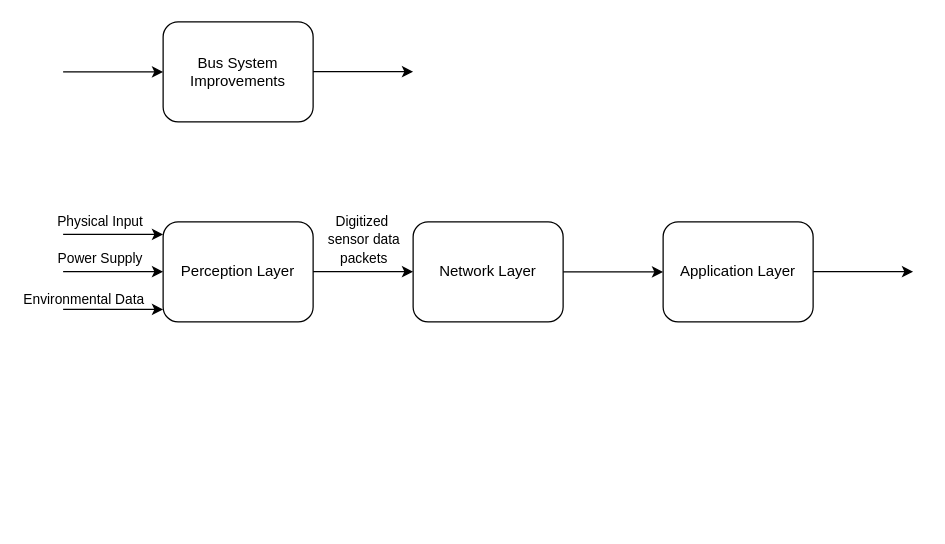
Above: PBL6-BusSystemImprovementDecomposition.drawio in lukas0173/Draw.io (draw.io), before the change. Source tidied: cells renumbered, new cells numbered last; positions are measured from the earlier drawing's top-left corner, leaving out a move shared by most shapes. Both pictures are drawn from the tidied source at 125%, with x=0, y=0 at pixel (21, 21).
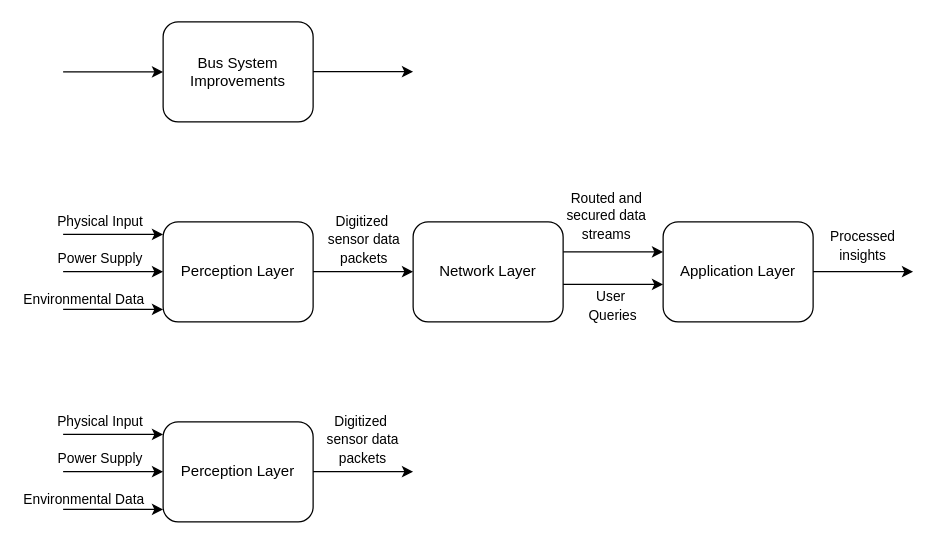
The same page after the edit.

The change refers to these unchanged cells:
```xml
<mxCell id="9" value="Network Layer" style="rounded=1;whiteSpace=wrap;html=1;" parent="1" vertex="1">
  <mxGeometry x="313" y="160" width="120" height="80" as="geometry" />
</mxCell>
<mxCell id="10" value="Application Layer" style="rounded=1;whiteSpace=wrap;html=1;" parent="1" vertex="1">
  <mxGeometry x="513" y="160" width="120" height="80" as="geometry" />
</mxCell>
```

Diff of the diagram source:
```diff
@@
-    <mxCell id="8" style="edgeStyle=orthogonalEdgeStyle;rounded=0;jettySize=auto;html=1;" parent="1" edge="1" source="9" target="10">
-      <mxGeometry relative="1" as="geometry" />
+    <mxCell id="8" style="edgeStyle=orthogonalEdgeStyle;rounded=0;orthogonalLoop=1;jettySize=auto;html=1;" parent="1" edge="1">
+      <mxGeometry relative="1" as="geometry">
+        <mxPoint x="433" y="184" as="sourcePoint" />
+        <mxPoint x="513" y="184" as="targetPoint" />
+      </mxGeometry>
     </mxCell>
@@
+    <mxCell id="18" value="&lt;div&gt;&lt;span style=&quot;font-size: 11px;&quot;&gt;Routed and secured data streams&lt;/span&gt;&lt;/div&gt;" style="text;html=1;align=center;verticalAlign=middle;whiteSpace=wrap;rounded=0;" parent="1" vertex="1">
+      <mxGeometry x="423" y="150" width="90" height="10" as="geometry" />
+    </mxCell>
+    <mxCell id="19" style="edgeStyle=orthogonalEdgeStyle;rounded=0;orthogonalLoop=1;jettySize=auto;html=1;" parent="1" edge="1">
+      <mxGeometry relative="1" as="geometry">
+        <mxPoint x="433" y="210" as="sourcePoint" />
+        <mxPoint x="513" y="210" as="targetPoint" />
+      </mxGeometry>
+    </mxCell>
+    <mxCell id="20" value="&lt;font style=&quot;font-size: 11px;&quot;&gt;User&amp;nbsp;&lt;/font&gt;&lt;div&gt;&lt;font style=&quot;font-size: 11px;&quot;&gt;Queries&lt;/font&gt;&lt;/div&gt;" style="text;html=1;align=center;verticalAlign=middle;whiteSpace=wrap;rounded=0;" parent="1" vertex="1">
+      <mxGeometry x="433" y="222" width="80" height="10" as="geometry" />
+    </mxCell>
+    <mxCell id="21" value="&lt;span style=&quot;font-size: 11px;&quot;&gt;Processed insights&lt;/span&gt;" style="text;html=1;align=center;verticalAlign=middle;whiteSpace=wrap;rounded=0;" parent="1" vertex="1">
+      <mxGeometry x="633" y="174" width="80" height="10" as="geometry" />
+    </mxCell>
+    <mxCell id="22" value="Perception Layer" style="rounded=1;whiteSpace=wrap;html=1;" parent="1" vertex="1">
+      <mxGeometry x="113" y="320" width="120" height="80" as="geometry" />
+    </mxCell>
+    <mxCell id="23" style="endArrow=classic;html=1;rounded=0;entryX=0;entryY=0.5;entryDx=0;entryDy=0;endFill=1;" parent="1" edge="1">
+      <mxGeometry relative="1" as="geometry">
+        <mxPoint x="33" y="330" as="sourcePoint" />
+        <mxPoint x="113" y="330" as="targetPoint" />
+      </mxGeometry>
+    </mxCell>
+    <mxCell id="24" style="endArrow=classic;html=1;rounded=0;entryX=0;entryY=0.5;entryDx=0;entryDy=0;endFill=1;" parent="1" edge="1">
+      <mxGeometry relative="1" as="geometry">
+        <mxPoint x="33" y="359.8" as="sourcePoint" />
+        <mxPoint x="113" y="359.8" as="targetPoint" />
+      </mxGeometry>
+    </mxCell>
+    <mxCell id="25" style="endArrow=classic;html=1;rounded=0;entryX=0;entryY=0.5;entryDx=0;entryDy=0;endFill=1;" parent="1" edge="1">
+      <mxGeometry relative="1" as="geometry">
+        <mxPoint x="33" y="390" as="sourcePoint" />
+        <mxPoint x="113" y="390" as="targetPoint" />
+      </mxGeometry>
+    </mxCell>
+    <mxCell id="26" value="&lt;font style=&quot;font-size: 11px;&quot;&gt;Physical Input&lt;/font&gt;" style="text;html=1;align=center;verticalAlign=middle;whiteSpace=wrap;rounded=0;" parent="1" vertex="1">
+      <mxGeometry x="23" y="315" width="80" height="10" as="geometry" />
+    </mxCell>
+    <mxCell id="27" value="&lt;font style=&quot;font-size: 11px;&quot;&gt;Power Supply&lt;/font&gt;" style="text;html=1;align=center;verticalAlign=middle;whiteSpace=wrap;rounded=0;" parent="1" vertex="1">
+      <mxGeometry x="23" y="344" width="80" height="10" as="geometry" />
+    </mxCell>
+    <mxCell id="28" value="&lt;font style=&quot;font-size: 11px;&quot;&gt;Environmental Data&lt;/font&gt;" style="text;html=1;align=center;verticalAlign=middle;whiteSpace=wrap;rounded=0;" parent="1" vertex="1">
+      <mxGeometry y="377" width="100" height="10" as="geometry" />
+    </mxCell>
+    <mxCell id="29" style="endArrow=classic;html=1;rounded=0;entryX=0;entryY=0.5;entryDx=0;entryDy=0;endFill=1;" parent="1" edge="1">
+      <mxGeometry relative="1" as="geometry">
+        <mxPoint x="233" y="359.8" as="sourcePoint" />
+        <mxPoint x="313" y="359.8" as="targetPoint" />
+      </mxGeometry>
+    </mxCell>
+    <mxCell id="30" value="&lt;font style=&quot;font-size: 11px;&quot;&gt;Digitized&amp;nbsp;&lt;/font&gt;&lt;div&gt;&lt;font style=&quot;font-size: 11px;&quot;&gt;sensor data packets&lt;/font&gt;&lt;/div&gt;" style="text;html=1;align=center;verticalAlign=middle;whiteSpace=wrap;rounded=0;" parent="1" vertex="1">
+      <mxGeometry x="228" y="329" width="90" height="10" as="geometry" />
+    </mxCell>
```
